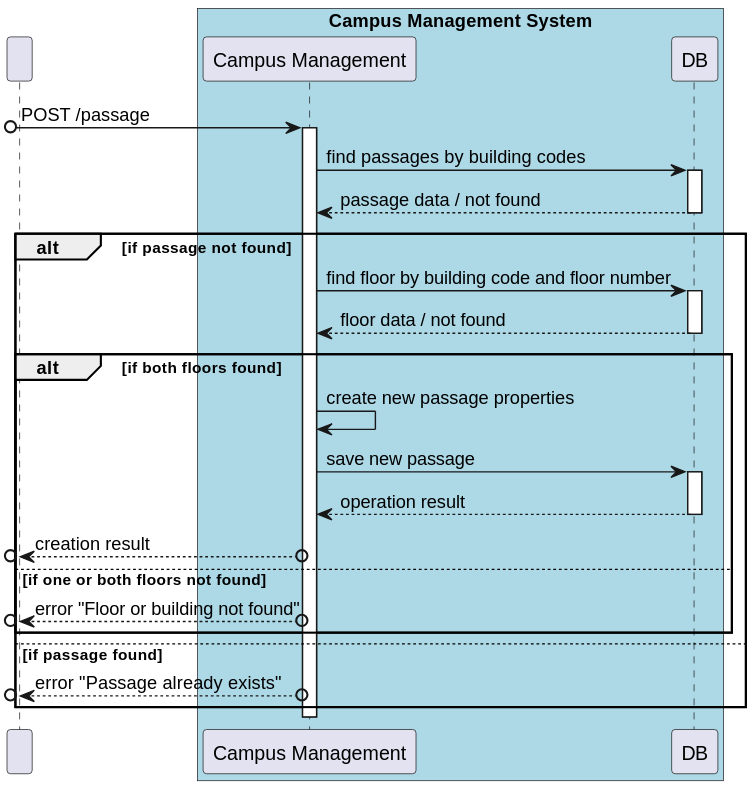
The PlantUML diagram docs/US/ID-240/SD Lv2.svg in winqus/RobDroneGo, before a commit. The source it was exported from:
```plantuml
@startuml SD Lv2

participant " "
box "Campus Management System" #LightBlue
    participant "Campus Management" as Campus
    participant "DB" as DB
end box

[o-> Campus : POST /passage
activate Campus

Campus -> DB : find passages by building codes
activate DB
DB --> Campus : passage data / not found
deactivate DB

alt if passage not found

    Campus -> DB : find floor by building code and floor number
    activate DB
    DB --> Campus : floor data / not found
    deactivate DB

    alt if both floors found
        Campus -> Campus : create new passage properties

        Campus -> DB : save new passage
        activate DB
        DB --> Campus : operation result
        deactivate DB

        [o<--o Campus : creation result
    else if one or both floors not found
        [o<--o Campus : error "Floor or building not found"
    end

else if passage found
    [o<--o Campus : error "Passage already exists"
end
deactivate Campus

@enduml
```
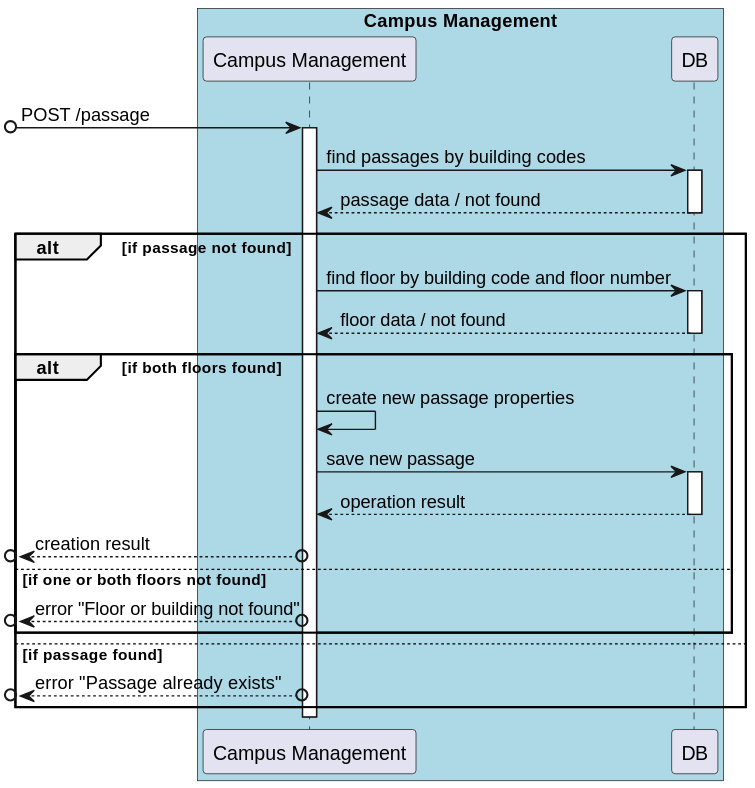
The same diagram one commit later.

Diff of the diagram source:
```diff
@@ -1,7 +1,6 @@
 @startuml SD Lv2
 
-participant " "
-box "Campus Management System" #LightBlue
+box "Campus Management" #LightBlue
     participant "Campus Management" as Campus
     participant "DB" as DB
 end box
```
